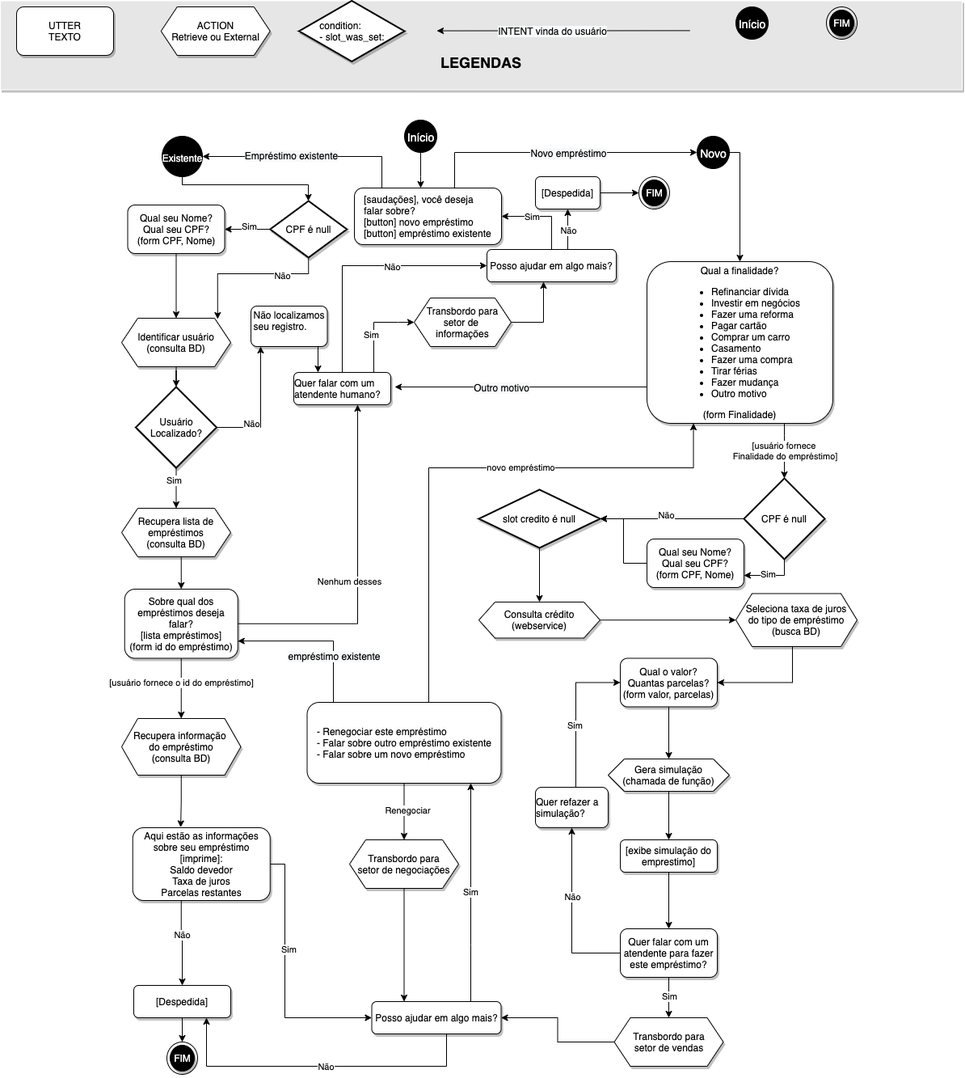
This is readme/dialog_workflow.png from cellonovaes/chatbot-emprestimos, a draw.io export, as it was before one commit. Source tidied: cells renumbered, new cells last; positions are measured from the earlier drawing's top-left corner, leaving out a move shared by most shapes.
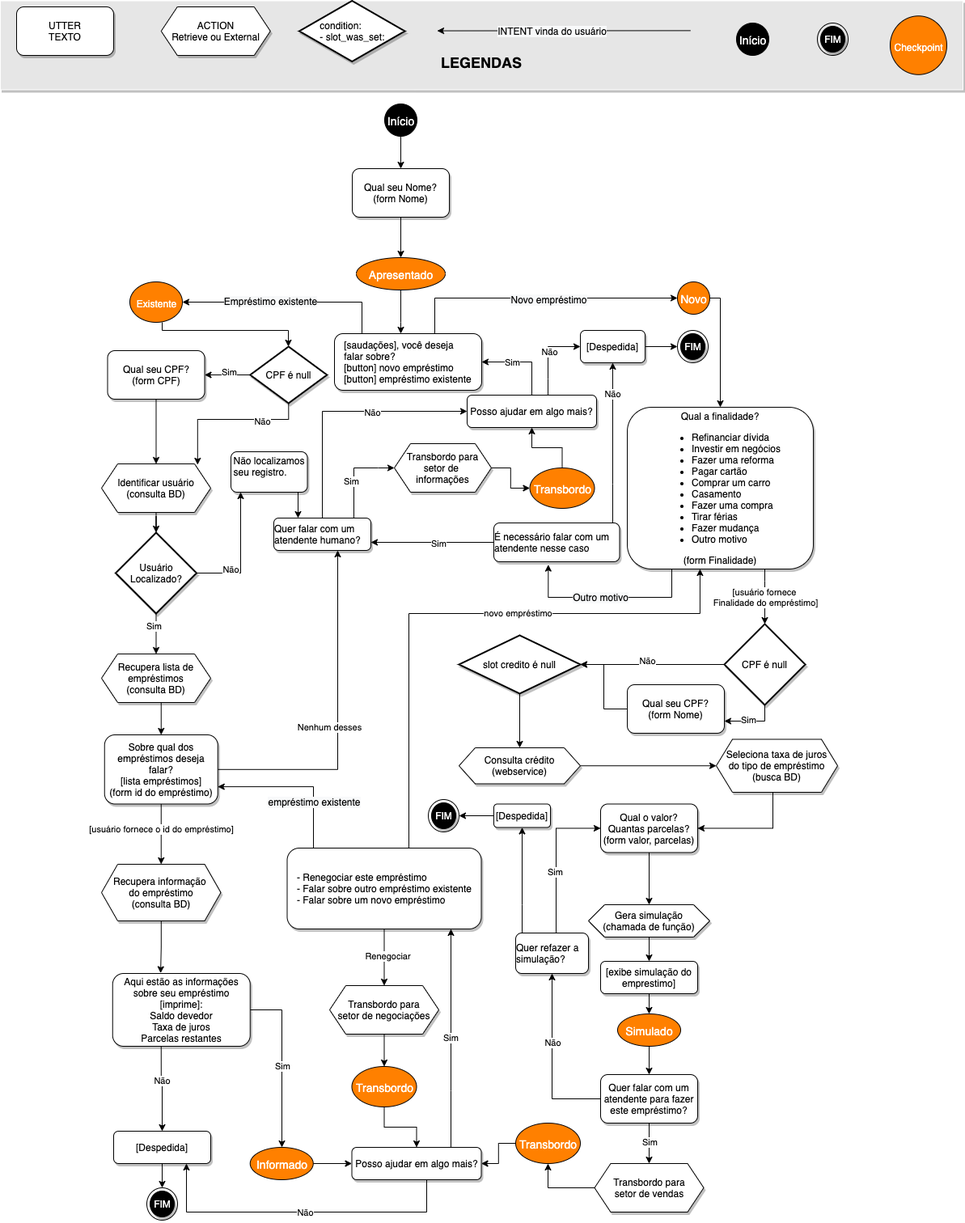
After the change.

What changed in the source:
```diff
@@ -5,3 +5,3 @@
     <mxCell id="2" value="&lt;br&gt;&lt;br&gt;&lt;br&gt;&lt;b&gt;&lt;font style=&quot;font-size: 18px&quot;&gt;LEGENDAS&lt;/font&gt;&lt;/b&gt;" style="rounded=0;whiteSpace=wrap;html=1;shadow=1;strokeColor=#FFFFFF;fillColor=#E6E6E6;" parent="1" vertex="1">
-      <mxGeometry y="0.5" width="1190" height="110" as="geometry" />
+      <mxGeometry x="25" y="-179.5" width="1190" height="110" as="geometry" />
     </mxCell>
@@ -15,4 +15,4 @@
     </mxCell>
-    <mxCell id="4" value="&lt;font style=&quot;font-size: 14px&quot;&gt;Início&lt;/font&gt;" style="shape=ellipse;html=1;fillColor=#000000;fontSize=18;fontColor=#ffffff;" parent="1" vertex="1">
-      <mxGeometry x="500" y="148" width="40" height="40" as="geometry" />
+    <mxCell id="4" value="&lt;font style=&quot;font-size: 14px&quot;&gt;Apresentado&lt;br&gt;&lt;/font&gt;" style="shape=ellipse;html=1;fillColor=#FF8000;fontSize=18;fontColor=#ffffff;" parent="1" vertex="1">
+      <mxGeometry x="465" y="138" width="110" height="40" as="geometry" />
     </mxCell>
@@ -26,4 +26,4 @@
     </mxCell>
-    <mxCell id="6" value="&lt;font style=&quot;font-size: 12px&quot;&gt;Existente&lt;/font&gt;" style="shape=ellipse;html=1;fillColor=#000000;fontSize=18;fontColor=#ffffff;" parent="1" vertex="1">
-      <mxGeometry x="200" y="168" width="50" height="50" as="geometry" />
+    <mxCell id="6" value="&lt;font style=&quot;font-size: 12px&quot;&gt;Existente&lt;/font&gt;" style="shape=ellipse;html=1;fillColor=#FF8000;fontSize=18;fontColor=#ffffff;" parent="1" vertex="1">
+      <mxGeometry x="185" y="168" width="65" height="50" as="geometry" />
     </mxCell>
@@ -36,3 +36,3 @@
     </mxCell>
-    <mxCell id="8" value="&lt;font style=&quot;font-size: 14px&quot;&gt;Novo&lt;/font&gt;" style="shape=ellipse;html=1;fillColor=#000000;fontSize=18;fontColor=#ffffff;" parent="1" vertex="1">
+    <mxCell id="8" value="&lt;font style=&quot;font-size: 14px&quot;&gt;Novo&lt;/font&gt;" style="shape=ellipse;html=1;fillColor=#FF8000;fontSize=18;fontColor=#ffffff;" parent="1" vertex="1">
       <mxGeometry x="862" y="168" width="40" height="40" as="geometry" />
@@ -92,9 +92,5 @@
     </mxCell>
-    <mxCell id="20" style="edgeStyle=orthogonalEdgeStyle;rounded=0;jettySize=auto;html=1;" parent="1" edge="1" source="21" target="83">
-      <mxGeometry relative="1" as="geometry">
-        <Array as="points">
-          <mxPoint x="672" y="398" />
-        </Array>
-      </mxGeometry>
-    </mxCell>
+    <mxCell id="117" style="edgeStyle=orthogonalEdgeStyle;rounded=0;jettySize=auto;html=1;" parent="1" edge="1" source="21" target="135">
+      <mxGeometry relative="1" as="geometry" />
+    </mxCell>
     <mxCell id="21" value="Transbordo para&lt;br&gt;setor de &lt;br&gt;informações" style="shape=hexagon;perimeter=hexagonPerimeter2;whiteSpace=wrap;html=1;fixedSize=1;shadow=1;strokeColor=#000000;" parent="1" vertex="1">
@@ -105,3 +101,3 @@
     </mxCell>
-    <mxCell id="23" value="&lt;span&gt;Qual seu Nome?&lt;br&gt;Qual seu CPF?&lt;br&gt;(form CPF, Nome)&lt;/span&gt;" style="rounded=1;whiteSpace=wrap;html=1;shadow=1;strokeColor=#000000;" parent="1" vertex="1">
+    <mxCell id="23" value="&lt;span&gt;Qual seu CPF?&lt;br&gt;(form CPF)&lt;/span&gt;" style="rounded=1;whiteSpace=wrap;html=1;shadow=1;strokeColor=#000000;" parent="1" vertex="1">
       <mxGeometry x="157.5" y="253" width="120" height="60" as="geometry" />
@@ -175,15 +171,2 @@
     </mxCell>
-    <mxCell id="39" style="edgeStyle=orthogonalEdgeStyle;rounded=0;jettySize=auto;html=1;entryX=0;entryY=0.5;entryDx=0;entryDy=0;" parent="1" edge="1" source="43" target="91">
-      <mxGeometry relative="1" as="geometry">
-        <Array as="points">
-          <mxPoint x="352" y="1068" />
-          <mxPoint x="352" y="1258" />
-        </Array>
-      </mxGeometry>
-    </mxCell>
-    <mxCell id="40" value="Sim" style="edgeLabel;html=1;align=center;verticalAlign=middle;" parent="39" vertex="1">
-      <mxGeometry x="-0.22" y="3" relative="1" as="geometry">
-        <mxPoint x="1" as="offset" />
-      </mxGeometry>
-    </mxCell>
     <mxCell id="41" style="edgeStyle=orthogonalEdgeStyle;rounded=0;jettySize=auto;html=1;entryX=0.5;entryY=0;entryDx=0;entryDy=0;" parent="1" edge="1" target="45">
@@ -196,2 +179,14 @@
     </mxCell>
+    <mxCell id="118" style="edgeStyle=orthogonalEdgeStyle;rounded=0;jettySize=auto;html=1;" parent="1" edge="1" source="43" target="133">
+      <mxGeometry relative="1" as="geometry">
+        <Array as="points">
+          <mxPoint x="373" y="1068" />
+        </Array>
+      </mxGeometry>
+    </mxCell>
+    <mxCell id="119" value="Sim" style="edgeLabel;html=1;align=center;verticalAlign=middle;" parent="118" vertex="1">
+      <mxGeometry x="-0.13" y="3" relative="1" as="geometry">
+        <mxPoint x="-3" y="18" as="offset" />
+      </mxGeometry>
+    </mxCell>
     <mxCell id="43" value="Aqui estão as informações sobre seu empréstimo&lt;br&gt;[imprime]:&lt;br&gt;Saldo devedor&lt;br&gt;Taxa de juros&lt;br&gt;Parcelas restantes" style="rounded=1;whiteSpace=wrap;html=1;shadow=1;strokeColor=#000000;" parent="1" vertex="1">
@@ -221,3 +216,3 @@
     </mxCell>
-    <mxCell id="50" style="edgeStyle=orthogonalEdgeStyle;rounded=0;jettySize=auto;html=1;entryX=0.25;entryY=1;entryDx=0;entryDy=0;" parent="1" edge="1" source="52" target="59">
+    <mxCell id="50" style="edgeStyle=orthogonalEdgeStyle;rounded=0;jettySize=auto;html=1;entryX=0.391;entryY=1;entryDx=0;entryDy=0;entryPerimeter=0;" parent="1" edge="1" source="52" target="59">
       <mxGeometry relative="1" as="geometry">
@@ -225,3 +220,3 @@
           <mxPoint x="530" y="578" />
-          <mxPoint x="857" y="578" />
+          <mxPoint x="890" y="578" />
         </Array>
@@ -235,5 +230,5 @@
     </mxCell>
-    <mxCell id="53" style="edgeStyle=orthogonalEdgeStyle;rounded=0;jettySize=auto;html=1;entryX=0.25;entryY=0;entryDx=0;entryDy=0;" parent="1" edge="1" source="54" target="91">
-      <mxGeometry relative="1" as="geometry" />
-    </mxCell>
+    <mxCell id="120" style="edgeStyle=orthogonalEdgeStyle;rounded=0;jettySize=auto;html=1;" parent="1" edge="1" source="54" target="137">
+      <mxGeometry relative="1" as="geometry" />
+    </mxCell>
     <mxCell id="54" value="Transbordo para&lt;br&gt;setor de negociações" style="shape=hexagon;perimeter=hexagonPerimeter2;whiteSpace=wrap;html=1;fixedSize=1;shadow=1;strokeColor=#000000;" parent="1" vertex="1">
@@ -241,15 +236,2 @@
     </mxCell>
-    <mxCell id="55" style="edgeStyle=orthogonalEdgeStyle;rounded=0;jettySize=auto;html=1;exitX=0.004;exitY=0.444;exitDx=0;exitDy=0;exitPerimeter=0;" parent="1" edge="1" source="59">
-      <mxGeometry relative="1" as="geometry">
-        <mxPoint x="488" y="478" as="targetPoint" />
-        <Array as="points">
-          <mxPoint x="801" y="478" />
-        </Array>
-      </mxGeometry>
-    </mxCell>
-    <mxCell id="56" value="&lt;span style=&quot;text-align: left ; background-color: rgb(248 , 249 , 250) ; font-size: 12px&quot;&gt;Outro motivo&lt;/span&gt;" style="edgeLabel;html=1;align=center;verticalAlign=middle;" parent="55" vertex="1">
-      <mxGeometry x="0.01" y="1" relative="1" as="geometry">
-        <mxPoint x="-56.2" y="-1.1" as="offset" />
-      </mxGeometry>
-    </mxCell>
     <mxCell id="57" style="edgeStyle=orthogonalEdgeStyle;rounded=0;jettySize=auto;html=1;entryX=0.5;entryY=0;entryDx=0;entryDy=0;entryPerimeter=0;" parent="1" edge="1" source="59" target="98">
@@ -265,2 +247,13 @@
     </mxCell>
+    <mxCell id="121" style="edgeStyle=orthogonalEdgeStyle;rounded=0;jettySize=auto;html=1;entryX=0.433;entryY=1.075;entryDx=0;entryDy=0;entryPerimeter=0;" parent="1" edge="1" source="59" target="147">
+      <mxGeometry relative="1" as="geometry">
+        <Array as="points">
+          <mxPoint x="855" y="558" />
+          <mxPoint x="702" y="558" />
+        </Array>
+      </mxGeometry>
+    </mxCell>
+    <mxCell id="56" value="&lt;span style=&quot;font-size: 12px ; text-align: left ; background-color: rgb(248 , 249 , 250)&quot;&gt;Outro motivo&lt;/span&gt;" style="edgeLabel;html=1;align=center;verticalAlign=middle;" parent="121" vertex="1">
+      <mxGeometry x="0.09" y="-1" relative="1" as="geometry" />
+    </mxCell>
     <mxCell id="59" value="Qual a finalidade?&lt;br&gt;&lt;ul&gt;&lt;li style=&quot;text-align: left&quot;&gt;Refinanciar dívida&lt;/li&gt;&lt;li style=&quot;text-align: left&quot;&gt;Investir em negócios&lt;/li&gt;&lt;li style=&quot;text-align: left&quot;&gt;Fazer uma reforma&lt;/li&gt;&lt;li style=&quot;text-align: left&quot;&gt;Pagar cartão&lt;/li&gt;&lt;li style=&quot;text-align: left&quot;&gt;Comprar um carro&lt;/li&gt;&lt;li style=&quot;text-align: left&quot;&gt;Casamento&lt;/li&gt;&lt;li style=&quot;text-align: left&quot;&gt;Fazer uma compra&lt;/li&gt;&lt;li style=&quot;text-align: left&quot;&gt;Tirar férias&lt;/li&gt;&lt;li style=&quot;text-align: left&quot;&gt;Fazer mudança&lt;/li&gt;&lt;li style=&quot;text-align: left&quot;&gt;Outro motivo&lt;/li&gt;&lt;/ul&gt;&lt;div&gt;(form Finalidade)&lt;/div&gt;" style="rounded=1;whiteSpace=wrap;html=1;shadow=1;strokeColor=#000000;" parent="1" vertex="1">
@@ -281,2 +274,10 @@
     </mxCell>
+    <mxCell id="122" style="edgeStyle=orthogonalEdgeStyle;rounded=0;jettySize=auto;html=1;entryX=0.5;entryY=1;entryDx=0;entryDy=0;" parent="1" edge="1" source="63" target="141">
+      <mxGeometry relative="1" as="geometry">
+        <Array as="points">
+          <mxPoint x="670" y="938" />
+          <mxPoint x="670" y="938" />
+        </Array>
+      </mxGeometry>
+    </mxCell>
     <mxCell id="63" value="&lt;div style=&quot;text-align: left&quot;&gt;&lt;span&gt;Quer refazer a simulação?&lt;/span&gt;&lt;br&gt;&lt;/div&gt;" style="rounded=1;whiteSpace=wrap;html=1;shadow=1;strokeColor=#000000;" parent="1" vertex="1">
@@ -294,7 +295,7 @@
     </mxCell>
-    <mxCell id="66" style="edgeStyle=orthogonalEdgeStyle;rounded=0;jettySize=auto;html=1;" parent="1" edge="1" source="67" target="76">
-      <mxGeometry relative="1" as="geometry" />
-    </mxCell>
+    <mxCell id="123" style="edgeStyle=orthogonalEdgeStyle;rounded=0;jettySize=auto;html=1;" parent="1" edge="1" source="67" target="131">
+      <mxGeometry relative="1" as="geometry" />
+    </mxCell>
     <mxCell id="67" value="[exibe simulação do emprestimo]" style="rounded=1;whiteSpace=wrap;html=1;shadow=1;strokeColor=#000000;" parent="1" vertex="1">
-      <mxGeometry x="767" y="1038" width="120" height="40" as="geometry" />
+      <mxGeometry x="767" y="1008" width="120" height="40" as="geometry" />
     </mxCell>
@@ -366,7 +367,7 @@
     <mxCell id="85" value="[Despedida]" style="rounded=1;whiteSpace=wrap;html=1;shadow=1;strokeColor=#000000;" parent="1" vertex="1">
-      <mxGeometry x="662" y="218" width="80" height="40" as="geometry" />
+      <mxGeometry x="742" y="228" width="80" height="40" as="geometry" />
     </mxCell>
-    <mxCell id="86" style="edgeStyle=orthogonalEdgeStyle;rounded=0;jettySize=auto;html=1;" parent="1" edge="1" source="87" target="91">
-      <mxGeometry relative="1" as="geometry" />
-    </mxCell>
+    <mxCell id="124" style="edgeStyle=orthogonalEdgeStyle;rounded=0;jettySize=auto;html=1;entryX=0.5;entryY=1;entryDx=0;entryDy=0;" parent="1" edge="1" source="87" target="139">
+      <mxGeometry relative="1" as="geometry" />
+    </mxCell>
     <mxCell id="87" value="Transbordo para&lt;br&gt;setor de vendas" style="shape=hexagon;perimeter=hexagonPerimeter2;whiteSpace=wrap;html=1;fixedSize=1;shadow=1;strokeColor=#000000;" parent="1" vertex="1">
@@ -401,3 +402,3 @@
     </mxCell>
-    <mxCell id="93" value="&lt;span&gt;Qual seu Nome?&lt;br&gt;Qual seu CPF?&lt;br&gt;(form CPF, Nome)&lt;/span&gt;" style="rounded=1;whiteSpace=wrap;html=1;shadow=1;strokeColor=#000000;" parent="1" vertex="1">
+    <mxCell id="93" value="&lt;span&gt;Qual seu CPF?&lt;br&gt;(form Nome)&lt;/span&gt;" style="rounded=1;whiteSpace=wrap;html=1;shadow=1;strokeColor=#000000;" parent="1" vertex="1">
       <mxGeometry x="800" y="666" width="120" height="60" as="geometry" />
@@ -454,3 +455,3 @@
     <mxCell id="108" value="&lt;font color=&quot;#ffffff&quot;&gt;FIM&lt;/font&gt;" style="ellipse;html=1;shape=endState;fillColor=#000000;strokeColor=#000000;shadow=1;" parent="1" vertex="1">
-      <mxGeometry x="790" y="218" width="38" height="40" as="geometry" />
+      <mxGeometry x="862" y="228" width="38" height="40" as="geometry" />
     </mxCell>
@@ -460,9 +461,9 @@
     <mxCell id="110" value="UTTER&lt;br&gt;TEXTO" style="rounded=1;whiteSpace=wrap;html=1;shadow=1;strokeColor=#000000;" parent="1" vertex="1">
-      <mxGeometry x="20" y="8" width="120" height="60" as="geometry" />
+      <mxGeometry x="45" y="-172" width="120" height="60" as="geometry" />
     </mxCell>
     <mxCell id="111" value="ACTION&lt;br&gt;Retrieve ou External" style="shape=hexagon;perimeter=hexagonPerimeter2;whiteSpace=wrap;html=1;fixedSize=1;shadow=1;strokeColor=#000000;" parent="1" vertex="1">
-      <mxGeometry x="198.8" y="8" width="135" height="60" as="geometry" />
+      <mxGeometry x="223.8" y="-172" width="135" height="60" as="geometry" />
     </mxCell>
     <mxCell id="112" value="&amp;nbsp; &amp;nbsp; &amp;nbsp; &amp;nbsp;condition: &lt;br&gt;&amp;nbsp; &amp;nbsp; &amp;nbsp; &amp;nbsp;- slot_was_set:" style="strokeWidth=2;html=1;shape=mxgraph.flowchart.decision;whiteSpace=wrap;shadow=1;align=left;" parent="1" vertex="1">
-      <mxGeometry x="369.5" y="0.5" width="130.5" height="75" as="geometry" />
+      <mxGeometry x="394.5" y="-179.5" width="130.5" height="75" as="geometry" />
     </mxCell>
@@ -470,6 +471,6 @@
       <mxGeometry relative="1" as="geometry">
-        <mxPoint x="853" y="37.4" as="sourcePoint" />
-        <mxPoint x="540" y="37.6" as="targetPoint" />
+        <mxPoint x="878" y="-142.6" as="sourcePoint" />
+        <mxPoint x="565" y="-142.4" as="targetPoint" />
         <Array as="points">
-          <mxPoint x="853" y="37.6" />
+          <mxPoint x="878" y="-142.4" />
         </Array>
@@ -483,7 +484,82 @@
     <mxCell id="115" value="&lt;font style=&quot;font-size: 14px&quot;&gt;Início&lt;/font&gt;" style="shape=ellipse;html=1;fillColor=#000000;fontSize=18;fontColor=#ffffff;" parent="1" vertex="1">
-      <mxGeometry x="910" y="8" width="40" height="40" as="geometry" />
+      <mxGeometry x="935" y="-152" width="40" height="40" as="geometry" />
     </mxCell>
     <mxCell id="116" value="&lt;font color=&quot;#ffffff&quot;&gt;FIM&lt;/font&gt;" style="ellipse;html=1;shape=endState;fillColor=#000000;strokeColor=#000000;shadow=1;" parent="1" vertex="1">
-      <mxGeometry x="1022" y="8" width="38" height="40" as="geometry" />
+      <mxGeometry x="1035" y="-152" width="38" height="40" as="geometry" />
     </mxCell>
+    <mxCell id="125" value="&lt;font style=&quot;font-size: 12px&quot;&gt;Checkpoint&lt;/font&gt;" style="shape=ellipse;html=1;fillColor=#FF8000;fontSize=18;fontColor=#ffffff;" parent="1" vertex="1">
+      <mxGeometry x="1125" y="-160.8" width="70" height="72.5" as="geometry" />
+    </mxCell>
+    <mxCell id="126" style="edgeStyle=orthogonalEdgeStyle;rounded=0;jettySize=auto;html=1;" parent="1" edge="1" source="127" target="129">
+      <mxGeometry relative="1" as="geometry" />
+    </mxCell>
+    <mxCell id="127" value="&lt;font style=&quot;font-size: 14px&quot;&gt;Início&lt;/font&gt;" style="shape=ellipse;html=1;fillColor=#000000;fontSize=18;fontColor=#ffffff;" parent="1" vertex="1">
+      <mxGeometry x="500" y="-52" width="40" height="40" as="geometry" />
+    </mxCell>
+    <mxCell id="128" style="edgeStyle=orthogonalEdgeStyle;rounded=0;jettySize=auto;html=1;" parent="1" edge="1" source="129" target="4">
+      <mxGeometry relative="1" as="geometry" />
+    </mxCell>
+    <mxCell id="129" value="&lt;span&gt;Qual seu Nome?&lt;br&gt;(form Nome)&lt;/span&gt;" style="rounded=1;whiteSpace=wrap;html=1;shadow=1;strokeColor=#000000;" parent="1" vertex="1">
+      <mxGeometry x="460" y="28" width="120" height="60" as="geometry" />
+    </mxCell>
+    <mxCell id="130" style="edgeStyle=orthogonalEdgeStyle;rounded=0;jettySize=auto;html=1;" parent="1" edge="1" source="131" target="76">
+      <mxGeometry relative="1" as="geometry" />
+    </mxCell>
+    <mxCell id="131" value="&lt;font style=&quot;font-size: 14px&quot;&gt;Simulado&lt;/font&gt;" style="shape=ellipse;html=1;fillColor=#FF8000;fontSize=18;fontColor=#ffffff;" parent="1" vertex="1">
+      <mxGeometry x="788" y="1073" width="78" height="40" as="geometry" />
+    </mxCell>
+    <mxCell id="132" style="edgeStyle=orthogonalEdgeStyle;rounded=0;jettySize=auto;html=1;" parent="1" edge="1" source="133" target="91">
+      <mxGeometry relative="1" as="geometry" />
+    </mxCell>
+    <mxCell id="133" value="&lt;font style=&quot;font-size: 14px&quot;&gt;Informado&lt;/font&gt;" style="shape=ellipse;html=1;fillColor=#FF8000;fontSize=18;fontColor=#ffffff;" parent="1" vertex="1">
+      <mxGeometry x="333.8" y="1238" width="78" height="40" as="geometry" />
+    </mxCell>
+    <mxCell id="134" style="edgeStyle=orthogonalEdgeStyle;rounded=0;jettySize=auto;html=1;" parent="1" edge="1" source="135" target="83">
+      <mxGeometry relative="1" as="geometry" />
+    </mxCell>
+    <mxCell id="135" value="&lt;font style=&quot;font-size: 14px&quot;&gt;Transbordo&lt;/font&gt;" style="shape=ellipse;html=1;fillColor=#FF8000;fontSize=18;fontColor=#ffffff;" parent="1" vertex="1">
+      <mxGeometry x="679.5" y="398" width="80" height="50" as="geometry" />
+    </mxCell>
+    <mxCell id="136" style="edgeStyle=orthogonalEdgeStyle;rounded=0;jettySize=auto;html=1;" parent="1" edge="1" source="137" target="91">
+      <mxGeometry relative="1" as="geometry" />
+    </mxCell>
+    <mxCell id="137" value="&lt;font style=&quot;font-size: 14px&quot;&gt;Transbordo&lt;/font&gt;" style="shape=ellipse;html=1;fillColor=#FF8000;fontSize=18;fontColor=#ffffff;" parent="1" vertex="1">
+      <mxGeometry x="459.5" y="1138" width="80" height="50" as="geometry" />
+    </mxCell>
+    <mxCell id="138" style="edgeStyle=orthogonalEdgeStyle;rounded=0;jettySize=auto;html=1;entryX=1;entryY=0.5;entryDx=0;entryDy=0;" parent="1" edge="1" source="139" target="91">
+      <mxGeometry relative="1" as="geometry" />
+    </mxCell>
+    <mxCell id="139" value="&lt;font style=&quot;font-size: 14px&quot;&gt;Transbordo&lt;/font&gt;" style="shape=ellipse;html=1;fillColor=#FF8000;fontSize=18;fontColor=#ffffff;" parent="1" vertex="1">
+      <mxGeometry x="662" y="1208" width="80" height="50" as="geometry" />
+    </mxCell>
+    <mxCell id="140" style="edgeStyle=orthogonalEdgeStyle;rounded=0;jettySize=auto;html=1;" parent="1" edge="1" source="141" target="142">
+      <mxGeometry relative="1" as="geometry" />
+    </mxCell>
+    <mxCell id="141" value="[Despedida]" style="rounded=1;whiteSpace=wrap;html=1;shadow=1;strokeColor=#000000;" parent="1" vertex="1">
+      <mxGeometry x="635" y="813.5" width="70" height="29" as="geometry" />
+    </mxCell>
+    <mxCell id="142" value="&lt;font color=&quot;#ffffff&quot;&gt;FIM&lt;/font&gt;" style="ellipse;html=1;shape=endState;fillColor=#000000;strokeColor=#000000;shadow=1;" parent="1" vertex="1">
+      <mxGeometry x="554" y="808" width="38" height="40" as="geometry" />
+    </mxCell>
+    <mxCell id="143" style="edgeStyle=orthogonalEdgeStyle;rounded=0;jettySize=auto;html=1;entryX=1;entryY=0.75;entryDx=0;entryDy=0;" parent="1" edge="1" source="147" target="36">
+      <mxGeometry relative="1" as="geometry" />
+    </mxCell>
+    <mxCell id="144" value="Sim" style="edgeLabel;html=1;align=center;verticalAlign=middle;" parent="143" vertex="1">
+      <mxGeometry x="-0.09" y="1" relative="1" as="geometry" />
+    </mxCell>
+    <mxCell id="145" style="edgeStyle=orthogonalEdgeStyle;rounded=0;jettySize=auto;html=1;" parent="1" edge="1" source="147">
+      <mxGeometry relative="1" as="geometry">
+        <mxPoint x="782" y="268" as="targetPoint" />
+        <Array as="points">
+          <mxPoint x="782" y="418" />
+          <mxPoint x="782" y="418" />
+        </Array>
+      </mxGeometry>
+    </mxCell>
+    <mxCell id="146" value="Não" style="edgeLabel;html=1;align=center;verticalAlign=middle;" parent="145" vertex="1">
+      <mxGeometry x="0.62" y="1" relative="1" as="geometry" />
+    </mxCell>
+    <mxCell id="147" value="&lt;div style=&quot;text-align: left&quot;&gt;&lt;span&gt;É necessário falar com um atendente nesse caso&lt;/span&gt;&lt;br&gt;&lt;/div&gt;" style="rounded=1;whiteSpace=wrap;html=1;shadow=1;strokeColor=#000000;" parent="1" vertex="1">
+      <mxGeometry x="635" y="466" width="155.5" height="48" as="geometry" />
+    </mxCell>
   </root>
```
